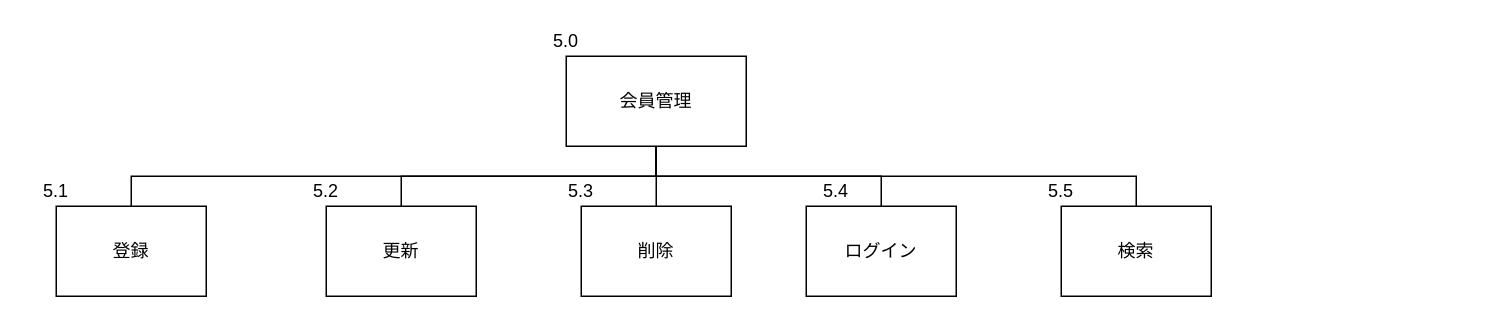
Earlier version of the draw.io diagram サブシステム構造図/会員管理.drawio (Yamanin3/system-devel). Source tidied: cells renumbered, new cells numbered last; positions are measured from the earlier drawing's top-left corner, leaving out a move shared by most shapes. Both pictures are drawn from the tidied source at 150%, with x=0, y=0 at pixel (26, 26).
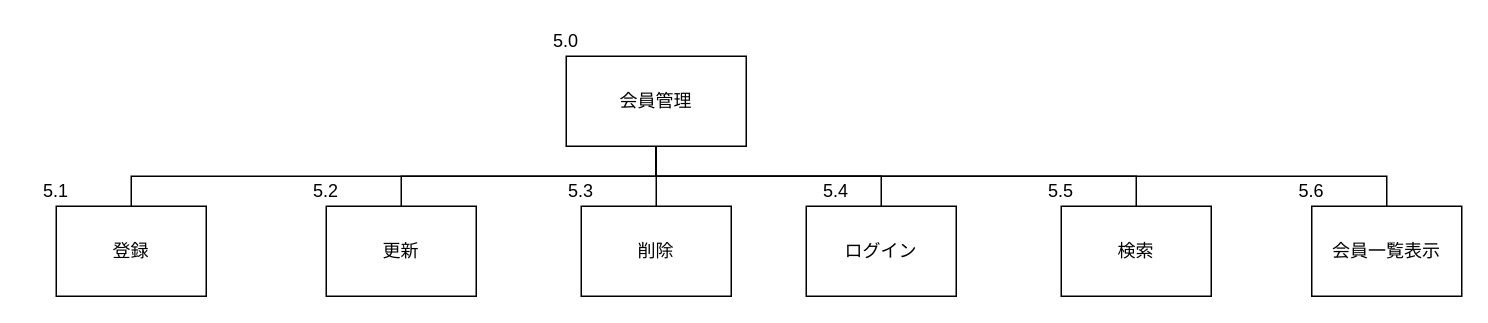
The same page after the edit.

The change refers to these unchanged cells:
```xml
<mxCell id="2" value="会員管理" style="whiteSpace=wrap;html=1;align=center;" parent="1" vertex="1">
  <mxGeometry x="360" y="20" width="120" height="60" as="geometry" />
</mxCell>
```

The edit, as a diff of the source:
```diff
@@
+    <mxCell id="19" value="会員一覧表示" style="whiteSpace=wrap;html=1;align=center;verticalAlign=middle;" parent="1" vertex="1">
+      <mxGeometry x="857" y="120" width="100" height="60" as="geometry" />
+    </mxCell>
+    <mxCell id="20" value="5.6" style="text;html=1;strokeColor=none;fillColor=none;align=center;verticalAlign=middle;whiteSpace=wrap;rounded=0;" parent="1" vertex="1">
+      <mxGeometry x="837" y="100" width="40" height="20" as="geometry" />
+    </mxCell>
+    <mxCell id="21" style="edgeStyle=elbowEdgeStyle;elbow=vertical;startArrow=none;endArrow=none;rounded=0;exitX=0.5;exitY=1;exitDx=0;exitDy=0;entryX=0.5;entryY=0;entryDx=0;entryDy=0;" parent="1" edge="1" source="2" target="19">
+      <mxGeometry relative="1" as="geometry">
+        <Array as="points">
+          <mxPoint x="927" y="100" />
+        </Array>
+      </mxGeometry>
+    </mxCell>
```
